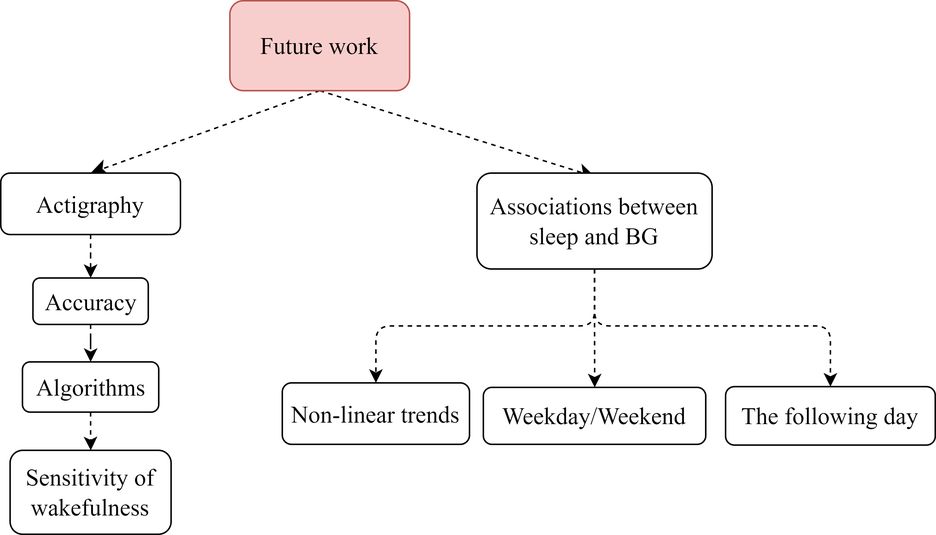
laurateilmann/Bachelor keeps this draw.io diagram as Plots/Discussion_future.drawio.png. Above is the earlier version. Source tidied: cells renumbered, new cells last; positions are measured from the earlier drawing's top-left corner, leaving out a move shared by most shapes.
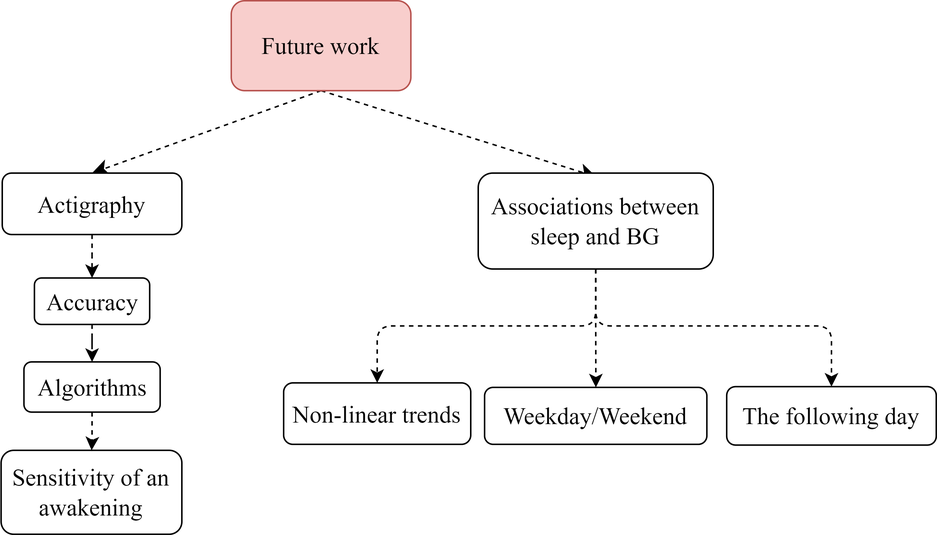
After the change.

Diff of the diagram source:
```diff
@@ -49,8 +49,8 @@
     <mxCell id="15" value="Algorithms" style="whiteSpace=wrap;html=1;fontSize=16;fontFamily=Times New Roman;rounded=1;" parent="1" vertex="1">
       <mxGeometry x="14.5" y="241" width="91" height="33.5" as="geometry" />
     </mxCell>
-    <mxCell id="16" value="Sensitivity of wakefulness" style="whiteSpace=wrap;html=1;fontSize=16;fontFamily=Times New Roman;rounded=1;" parent="1" vertex="1">
-      <mxGeometry x="6.2" y="300" width="107.5" height="56" as="geometry" />
+    <mxCell id="16" value="Sensitivity of an awakening" style="whiteSpace=wrap;html=1;fontSize=16;fontFamily=Times New Roman;rounded=1;" parent="1" vertex="1">
+      <mxGeometry x="-0.8" y="300" width="120.8" height="56" as="geometry" />
     </mxCell>
     <mxCell id="17" value="Weekday/Weekend" style="whiteSpace=wrap;html=1;fontSize=16;fontFamily=Times New Roman;rounded=1;" parent="1" vertex="1">
       <mxGeometry x="322.2" y="258" width="148.5" height="38" as="geometry" />
```
